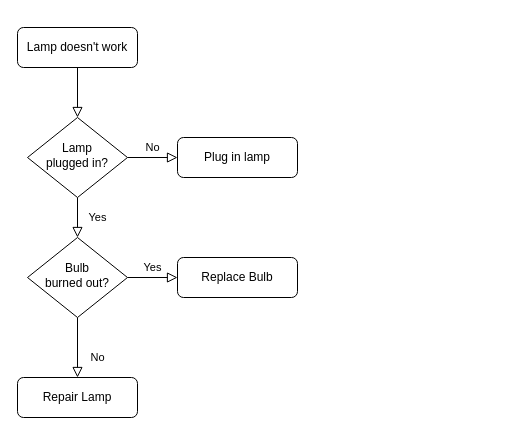
Before: misc/Untitled Diagram.drawio in Iiigorriii/reactnettisivut, a draw.io diagram. Source tidied: cells renumbered, new cells numbered last; positions are measured from the earlier drawing's top-left corner, leaving out a move shared by most shapes. Both pictures are drawn from the tidied source at 100%, with x=0, y=0 at pixel (17, 27).
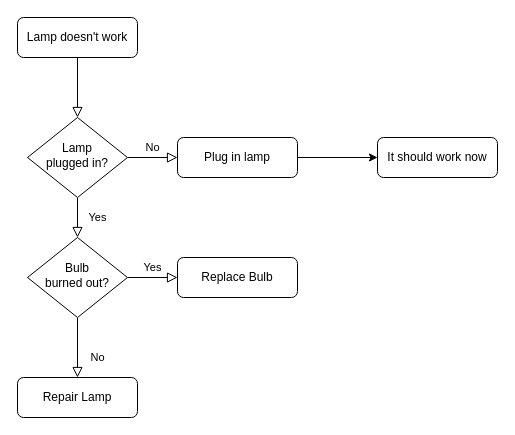
The same diagram, later.

What changed in the source:
```diff
@@
 <mxGraphModel>
   <root>
     <mxCell id="0" />
     <mxCell id="1" parent="0" />
     <mxCell id="2" style="rounded=0;html=1;jettySize=auto;fontSize=11;endArrow=block;endFill=0;endSize=8;strokeWidth=1;shadow=0;labelBackgroundColor=none;edgeStyle=orthogonalEdgeStyle;" parent="1" edge="1" source="3" target="6">
       <mxGeometry relative="1" as="geometry" />
     </mxCell>
     <mxCell id="3" value="Lamp doesn't work" style="rounded=1;whiteSpace=wrap;html=1;fontSize=12;glass=0;strokeWidth=1;shadow=0;" parent="1" vertex="1">
-      <mxGeometry width="120" height="40" as="geometry" />
+      <mxGeometry y="-10" width="120" height="40" as="geometry" />
     </mxCell>
     <mxCell id="4" value="Yes" style="rounded=0;html=1;jettySize=auto;fontSize=11;endArrow=block;endFill=0;endSize=8;strokeWidth=1;shadow=0;labelBackgroundColor=none;edgeStyle=orthogonalEdgeStyle;" parent="1" edge="1" source="6" target="10">
       <mxGeometry y="20" relative="1" as="geometry" />
     </mxCell>
     <mxCell id="5" value="No" style="edgeStyle=orthogonalEdgeStyle;rounded=0;html=1;jettySize=auto;fontSize=11;endArrow=block;endFill=0;endSize=8;strokeWidth=1;shadow=0;labelBackgroundColor=none;" parent="1" edge="1" source="6" target="7">
       <mxGeometry y="10" relative="1" as="geometry" />
     </mxCell>
     <mxCell id="6" value="Lamp&lt;br&gt;plugged in?" style="rhombus;whiteSpace=wrap;html=1;shadow=0;fontFamily=Helvetica;fontSize=12;align=center;strokeWidth=1;spacing=6;spacingTop=-4;" parent="1" vertex="1">
       <mxGeometry x="10" y="90" width="100" height="80" as="geometry" />
     </mxCell>
+    <mxCell id="13" style="edgeStyle=orthogonalEdgeStyle;rounded=0;jettySize=auto;html=1;" parent="1" edge="1" source="7" target="14">
+      <mxGeometry relative="1" as="geometry" />
+    </mxCell>
     <mxCell id="7" value="Plug in lamp" style="rounded=1;whiteSpace=wrap;html=1;fontSize=12;glass=0;strokeWidth=1;shadow=0;" parent="1" vertex="1">
       <mxGeometry x="160" y="110" width="120" height="40" as="geometry" />
     </mxCell>
     <mxCell id="8" value="No" style="rounded=0;html=1;jettySize=auto;fontSize=11;endArrow=block;endFill=0;endSize=8;strokeWidth=1;shadow=0;labelBackgroundColor=none;edgeStyle=orthogonalEdgeStyle;" parent="1" edge="1" source="10" target="11">
       <mxGeometry x="0.33" y="20" relative="1" as="geometry" />
     </mxCell>
     <mxCell id="9" value="Yes" style="edgeStyle=orthogonalEdgeStyle;rounded=0;html=1;jettySize=auto;fontSize=11;endArrow=block;endFill=0;endSize=8;strokeWidth=1;shadow=0;labelBackgroundColor=none;" parent="1" edge="1" source="10" target="12">
       <mxGeometry y="10" relative="1" as="geometry" />
     </mxCell>
     <mxCell id="10" value="Bulb&lt;br&gt;burned out?" style="rhombus;whiteSpace=wrap;html=1;shadow=0;fontFamily=Helvetica;fontSize=12;align=center;strokeWidth=1;spacing=6;spacingTop=-4;" parent="1" vertex="1">
       <mxGeometry x="10" y="210" width="100" height="80" as="geometry" />
     </mxCell>
     <mxCell id="11" value="Repair Lamp" style="rounded=1;whiteSpace=wrap;html=1;fontSize=12;glass=0;strokeWidth=1;shadow=0;" parent="1" vertex="1">
       <mxGeometry y="350" width="120" height="40" as="geometry" />
     </mxCell>
     <mxCell id="12" value="Replace Bulb" style="rounded=1;whiteSpace=wrap;html=1;fontSize=12;glass=0;strokeWidth=1;shadow=0;" parent="1" vertex="1">
       <mxGeometry x="160" y="230" width="120" height="40" as="geometry" />
     </mxCell>
+    <mxCell id="14" value="It should work now" style="rounded=1;whiteSpace=wrap;html=1;fontSize=12;glass=0;strokeWidth=1;shadow=0;" parent="1" vertex="1">
+      <mxGeometry x="360" y="110" width="120" height="40" as="geometry" />
+    </mxCell>
   </root>
 </mxGraphModel>
```
